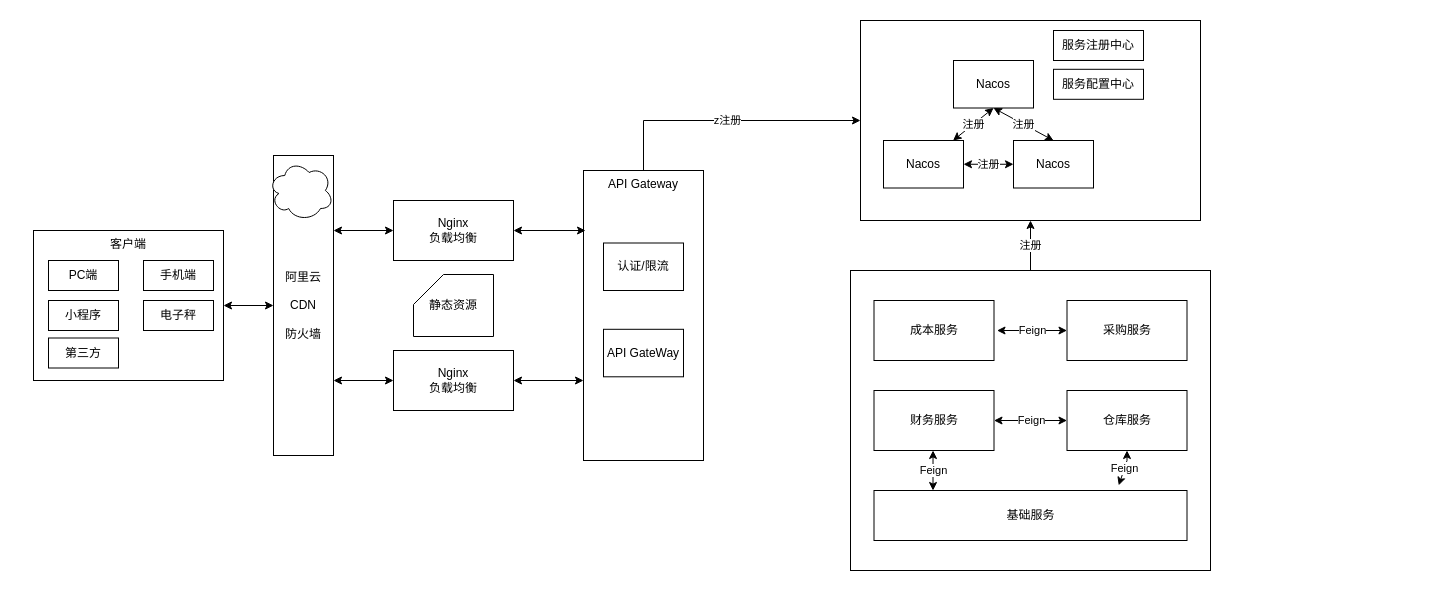
Above: diagrams/Untitled Diagram.drawio in dengyulong/PublicStore (draw.io), before the change. Source tidied: cells renumbered, new cells numbered last; positions are measured from the earlier drawing's top-left corner, leaving out a move shared by most shapes. Both pictures are drawn from the tidied source at 100%, with x=0, y=0 at pixel (33, 20).
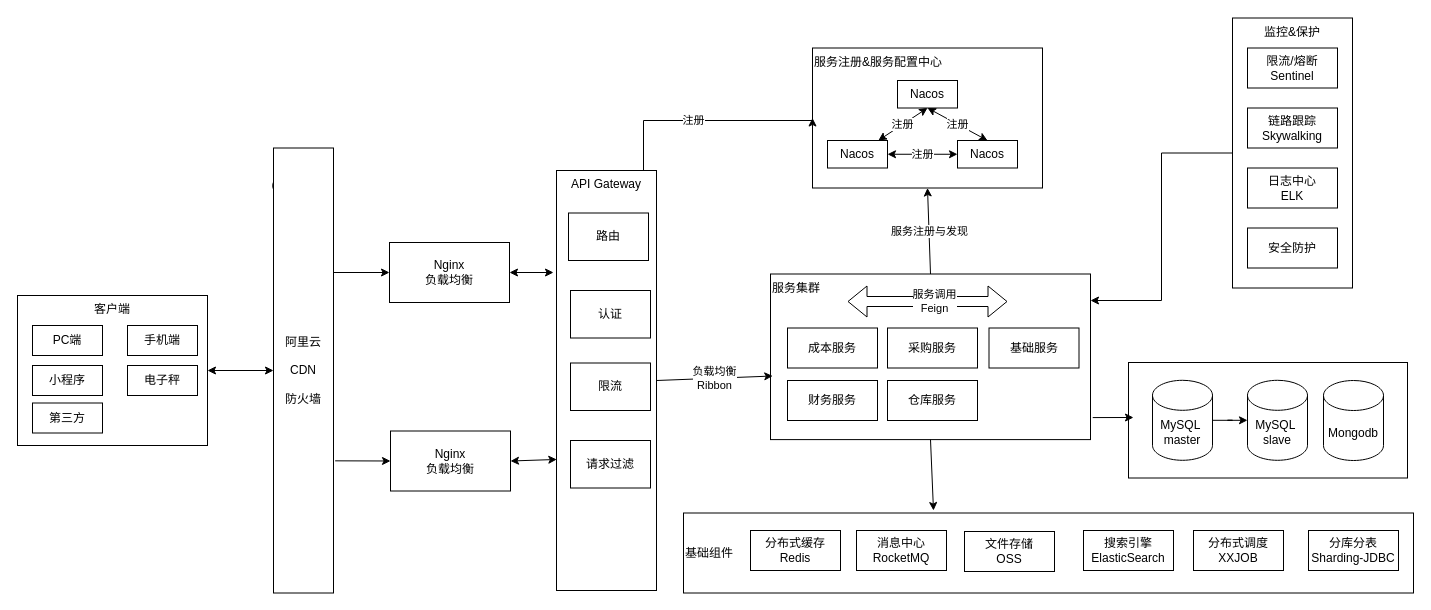
The same diagram, later.

Change to the diagram source:
```diff
@@
+    <mxCell id="42" value="基础组件" style="rounded=0;whiteSpace=wrap;html=1;verticalAlign=middle;align=left;" parent="1" vertex="1">
+      <mxGeometry x="650" y="492.5" width="730" height="80" as="geometry" />
+    </mxCell>
+    <mxCell id="43" style="rounded=0;whiteSpace=wrap;html=1;" parent="1" vertex="1">
+      <mxGeometry x="1095" y="342" width="279" height="115.5" as="geometry" />
+    </mxCell>
+    <mxCell id="44" value="监控&amp;amp;保护" style="rounded=0;whiteSpace=wrap;html=1;verticalAlign=top;" parent="1" vertex="1">
+      <mxGeometry x="1199" y="-2.5" width="120" height="270" as="geometry" />
+    </mxCell>
-    <mxCell id="2" style="rounded=0;whiteSpace=wrap;html=1;" parent="1" vertex="1">
-      <mxGeometry x="817" y="250" width="360" height="300" as="geometry" />
+    <mxCell id="2" value="&lt;div style=&quot;&quot;&gt;&lt;span style=&quot;background-color: initial;&quot;&gt;服务集群&lt;/span&gt;&lt;/div&gt;" style="rounded=0;whiteSpace=wrap;html=1;align=left;verticalAlign=top;" parent="1" vertex="1">
+      <mxGeometry x="737" y="253.5" width="320" height="165.6" as="geometry" />
     </mxCell>
-    <mxCell id="3" style="rounded=0;whiteSpace=wrap;html=1;" parent="1" vertex="1">
-      <mxGeometry x="827" width="340" height="200" as="geometry" />
+    <mxCell id="3" value="服务注册&amp;amp;服务配置中心" style="rounded=0;whiteSpace=wrap;html=1;verticalAlign=top;align=left;" parent="1" vertex="1">
+      <mxGeometry x="779" y="27.5" width="230" height="140" as="geometry" />
     </mxCell>
-    <mxCell id="4" value="z注册" style="edgeStyle=orthogonalEdgeStyle;rounded=0;jettySize=auto;html=1;entryX=0;entryY=0.5;entryDx=0;entryDy=0;" parent="1" edge="1" source="5" target="3">
-      <mxGeometry relative="1" as="geometry">
+    <mxCell id="4" value="注册" style="edgeStyle=orthogonalEdgeStyle;rounded=0;jettySize=auto;html=1;entryX=0;entryY=0.5;entryDx=0;entryDy=0;" parent="1" edge="1" source="5" target="3">
+      <mxGeometry x="-0.1" relative="1" as="geometry">
         <Array as="points">
           <mxPoint x="610" y="100" />
         </Array>
       </mxGeometry>
     </mxCell>
     <mxCell id="5" value="API Gateway" style="rounded=0;whiteSpace=wrap;html=1;verticalAlign=top;" parent="1" vertex="1">
-      <mxGeometry x="550" y="150" width="120" height="290" as="geometry" />
+      <mxGeometry x="523" y="150" width="100" height="420" as="geometry" />
     </mxCell>
     <mxCell id="6" value="客户端" style="rounded=0;whiteSpace=wrap;html=1;verticalAlign=top;" parent="1" vertex="1">
-      <mxGeometry y="210" width="190" height="150" as="geometry" />
+      <mxGeometry x="-16" y="275" width="190" height="150" as="geometry" />
     </mxCell>
     <mxCell id="7" value="手机端" style="rounded=0;whiteSpace=wrap;html=1;" parent="1" vertex="1">
-      <mxGeometry x="110" y="240" width="70" height="30" as="geometry" />
+      <mxGeometry x="94" y="305" width="70" height="30" as="geometry" />
     </mxCell>
     <mxCell id="8" value="PC端" style="rounded=0;whiteSpace=wrap;html=1;" parent="1" vertex="1">
-      <mxGeometry x="15" y="240" width="70" height="30" as="geometry" />
+      <mxGeometry x="-1" y="305" width="70" height="30" as="geometry" />
     </mxCell>
     <mxCell id="9" value="电子秤" style="rounded=0;whiteSpace=wrap;html=1;" parent="1" vertex="1">
-      <mxGeometry x="110" y="280" width="70" height="30" as="geometry" />
+      <mxGeometry x="94" y="345" width="70" height="30" as="geometry" />
     </mxCell>
     <mxCell id="10" value="第三方" style="rounded=0;whiteSpace=wrap;html=1;" parent="1" vertex="1">
-      <mxGeometry x="15" y="317.5" width="70" height="30" as="geometry" />
+      <mxGeometry x="-1" y="382.5" width="70" height="30" as="geometry" />
     </mxCell>
-    <mxCell id="11" value="API GateWay" style="rounded=0;whiteSpace=wrap;html=1;" parent="1" vertex="1">
-      <mxGeometry x="570" y="308.8" width="80" height="47.5" as="geometry" />
+    <mxCell id="11" value="路由" style="rounded=0;whiteSpace=wrap;html=1;" parent="1" vertex="1">
+      <mxGeometry x="535" y="192.5" width="80" height="47.5" as="geometry" />
     </mxCell>
     <mxCell id="12" value="小程序" style="rounded=0;whiteSpace=wrap;html=1;" parent="1" vertex="1">
-      <mxGeometry x="15" y="280" width="70" height="30" as="geometry" />
+      <mxGeometry x="-1" y="345" width="70" height="30" as="geometry" />
     </mxCell>
-    <mxCell id="13" value="阿里云&lt;br&gt;&lt;br&gt;CDN&lt;br&gt;&lt;br&gt;防火墙" style="rounded=0;whiteSpace=wrap;html=1;" parent="1" vertex="1">
-      <mxGeometry x="240" y="135" width="60" height="300" as="geometry" />
-    </mxCell>
     <mxCell id="14" value="Nginx&lt;br&gt;负载均衡" style="rounded=0;whiteSpace=wrap;html=1;" parent="1" vertex="1">
-      <mxGeometry x="360" y="180" width="120" height="60" as="geometry" />
+      <mxGeometry x="356" y="222" width="120" height="60" as="geometry" />
     </mxCell>
     <mxCell id="15" value="Nginx&lt;br&gt;负载均衡" style="rounded=0;whiteSpace=wrap;html=1;" parent="1" vertex="1">
-      <mxGeometry x="360" y="330" width="120" height="60" as="geometry" />
+      <mxGeometry x="357" y="410.5" width="120" height="60" as="geometry" />
     </mxCell>
-    <mxCell id="16" style="endArrow=classic;startArrow=classic;html=1;rounded=0;entryX=0;entryY=0.5;entryDx=0;entryDy=0;exitX=1;exitY=0.25;exitDx=0;exitDy=0;" parent="1" edge="1" source="13" target="14">
-      <mxGeometry relative="1" as="geometry" />
+    <mxCell id="16" style="endArrow=classic;startArrow=classic;html=1;rounded=0;entryX=0;entryY=0.5;entryDx=0;entryDy=0;" parent="1" edge="1" target="14">
+      <mxGeometry relative="1" as="geometry">
+        <mxPoint x="270" y="252" as="sourcePoint" />
+      </mxGeometry>
     </mxCell>
@@
-    <mxCell id="18" style="endArrow=classic;startArrow=classic;html=1;rounded=0;entryX=0;entryY=0.5;entryDx=0;entryDy=0;exitX=1;exitY=0.75;exitDx=0;exitDy=0;" parent="1" edge="1" source="13" target="15">
+    <mxCell id="18" style="endArrow=classic;startArrow=none;html=1;rounded=0;entryX=0;entryY=0.5;entryDx=0;entryDy=0;exitX=1.028;exitY=0.703;exitDx=0;exitDy=0;exitPerimeter=0;" parent="1" edge="1" source="13" target="15">
       <mxGeometry relative="1" as="geometry" />
     </mxCell>
@@
-    <mxCell id="20" value="静态资源" style="shape=card;whiteSpace=wrap;html=1;" parent="1" vertex="1">
-      <mxGeometry x="380" y="254" width="80" height="62" as="geometry" />
-    </mxCell>
-    <mxCell id="21" value="认证/限流" style="rounded=0;whiteSpace=wrap;html=1;" parent="1" vertex="1">
-      <mxGeometry x="570" y="222.5" width="80" height="47.5" as="geometry" />
+    <mxCell id="21" value="认证" style="rounded=0;whiteSpace=wrap;html=1;" parent="1" vertex="1">
+      <mxGeometry x="537" y="270" width="80" height="47.5" as="geometry" />
     </mxCell>
-    <mxCell id="22" style="endArrow=classic;startArrow=classic;html=1;rounded=0;exitX=1;exitY=0.5;exitDx=0;exitDy=0;entryX=0.017;entryY=0.207;entryDx=0;entryDy=0;entryPerimeter=0;" parent="1" edge="1" source="14" target="5">
-      <mxGeometry relative="1" as="geometry" />
+    <mxCell id="22" style="endArrow=classic;startArrow=classic;html=1;rounded=0;exitX=1;exitY=0.5;exitDx=0;exitDy=0;" parent="1" edge="1" source="14">
+      <mxGeometry relative="1" as="geometry">
+        <mxPoint x="520" y="252" as="targetPoint" />
+      </mxGeometry>
     </mxCell>
-    <mxCell id="23" style="endArrow=classic;startArrow=classic;html=1;rounded=0;exitX=1;exitY=0.5;exitDx=0;exitDy=0;" parent="1" edge="1" source="15">
-      <mxGeometry relative="1" as="geometry">
-        <mxPoint x="550" y="360" as="targetPoint" />
-      </mxGeometry>
+    <mxCell id="23" style="endArrow=classic;startArrow=classic;html=1;rounded=0;entryX=0.003;entryY=0.688;entryDx=0;entryDy=0;entryPerimeter=0;exitX=1;exitY=0.5;exitDx=0;exitDy=0;" parent="1" edge="1" source="15" target="5">
+      <mxGeometry relative="1" as="geometry" />
     </mxCell>
     <mxCell id="24" value="Nacos" style="rounded=0;whiteSpace=wrap;html=1;" parent="1" vertex="1">
-      <mxGeometry x="920" y="40" width="80" height="47.5" as="geometry" />
+      <mxGeometry x="864" y="60" width="60" height="27.5" as="geometry" />
     </mxCell>
     <mxCell id="25" value="Nacos" style="rounded=0;whiteSpace=wrap;html=1;" parent="1" vertex="1">
-      <mxGeometry x="850" y="120" width="80" height="47.5" as="geometry" />
+      <mxGeometry x="794" y="120" width="60" height="27.5" as="geometry" />
     </mxCell>
     <mxCell id="26" value="Nacos" style="rounded=0;whiteSpace=wrap;html=1;" parent="1" vertex="1">
-      <mxGeometry x="980" y="120" width="80" height="47.5" as="geometry" />
+      <mxGeometry x="924" y="120" width="60" height="27.5" as="geometry" />
     </mxCell>
@@
-    <mxCell id="30" value="服务注册中心" style="rounded=0;whiteSpace=wrap;html=1;" parent="1" vertex="1">
-      <mxGeometry x="1020" y="10" width="90" height="30" as="geometry" />
-    </mxCell>
-    <mxCell id="31" value="服务配置中心" style="rounded=0;whiteSpace=wrap;html=1;" parent="1" vertex="1">
-      <mxGeometry x="1020" y="48.8" width="90" height="30" as="geometry" />
-    </mxCell>
     <mxCell id="32" value="成本服务" style="rounded=0;whiteSpace=wrap;html=1;" parent="1" vertex="1">
-      <mxGeometry x="840.5" y="280" width="120" height="60" as="geometry" />
+      <mxGeometry x="754" y="307.5" width="90" height="40" as="geometry" />
     </mxCell>
     <mxCell id="33" value="采购服务" style="rounded=0;whiteSpace=wrap;html=1;" parent="1" vertex="1">
-      <mxGeometry x="1033.5" y="280" width="120" height="60" as="geometry" />
+      <mxGeometry x="854" y="307.5" width="90" height="40" as="geometry" />
     </mxCell>
     <mxCell id="34" value="仓库服务" style="rounded=0;whiteSpace=wrap;html=1;" parent="1" vertex="1">
-      <mxGeometry x="1033.5" y="370" width="120" height="60" as="geometry" />
+      <mxGeometry x="854" y="360" width="90" height="40" as="geometry" />
     </mxCell>
     <mxCell id="35" value="财务服务" style="rounded=0;whiteSpace=wrap;html=1;" parent="1" vertex="1">
-      <mxGeometry x="840.5" y="370" width="120" height="60" as="geometry" />
+      <mxGeometry x="754" y="360" width="90" height="40" as="geometry" />
     </mxCell>
     <mxCell id="36" value="基础服务" style="rounded=0;whiteSpace=wrap;html=1;" parent="1" vertex="1">
-      <mxGeometry x="840.5" y="470" width="313" height="50" as="geometry" />
+      <mxGeometry x="955.5" y="307.5" width="90" height="40" as="geometry" />
     </mxCell>
-    <mxCell id="37" value="Feign" style="endArrow=classic;startArrow=classic;html=1;rounded=0;entryX=0;entryY=0.5;entryDx=0;entryDy=0;" parent="1" edge="1" target="33">
-      <mxGeometry relative="1" as="geometry">
-        <mxPoint x="963.5" y="310" as="sourcePoint" />
-      </mxGeometry>
-    </mxCell>
-    <mxCell id="38" value="Feign" style="endArrow=classic;startArrow=classic;html=1;rounded=0;entryX=0;entryY=0.5;entryDx=0;entryDy=0;exitX=1;exitY=0.5;exitDx=0;exitDy=0;" parent="1" edge="1" source="35" target="34">
-      <mxGeometry relative="1" as="geometry" />
-    </mxCell>
-    <mxCell id="39" value="Feign" style="endArrow=classic;startArrow=classic;html=1;rounded=0;entryX=0.492;entryY=1;entryDx=0;entryDy=0;entryPerimeter=0;" parent="1" edge="1" target="35">
-      <mxGeometry relative="1" as="geometry">
-        <mxPoint x="899.5" y="470" as="sourcePoint" />
-      </mxGeometry>
-    </mxCell>
-    <mxCell id="40" value="Feign" style="endArrow=classic;startArrow=classic;html=1;rounded=0;entryX=0.5;entryY=1;entryDx=0;entryDy=0;exitX=0.782;exitY=-0.102;exitDx=0;exitDy=0;exitPerimeter=0;" parent="1" edge="1" source="36" target="34">
-      <mxGeometry relative="1" as="geometry">
-        <Array as="points">
-          <mxPoint x="1093.5" y="440" />
-        </Array>
-      </mxGeometry>
-    </mxCell>
-    <mxCell id="41" value="注册" style="endArrow=classic;html=1;rounded=0;entryX=0.5;entryY=1;entryDx=0;entryDy=0;exitX=0.5;exitY=0;exitDx=0;exitDy=0;" parent="1" edge="1" source="2" target="3">
+    <mxCell id="41" value="服务注册与发现" style="endArrow=classic;html=1;rounded=0;entryX=0.5;entryY=1;entryDx=0;entryDy=0;exitX=0.5;exitY=0;exitDx=0;exitDy=0;" parent="1" edge="1" source="2" target="3">
       <mxGeometry relative="1" as="geometry" />
     </mxCell>
+    <mxCell id="45" value="请求过滤" style="rounded=0;whiteSpace=wrap;html=1;" parent="1" vertex="1">
+      <mxGeometry x="537" y="420" width="80" height="47.5" as="geometry" />
+    </mxCell>
+    <mxCell id="46" value="消息中心&lt;br&gt;RocketMQ" style="rounded=0;whiteSpace=wrap;html=1;" parent="1" vertex="1">
+      <mxGeometry x="823" y="510" width="90" height="40" as="geometry" />
+    </mxCell>
+    <mxCell id="47" value="分布式调度&lt;br&gt;XXJOB" style="rounded=0;whiteSpace=wrap;html=1;" parent="1" vertex="1">
+      <mxGeometry x="1160" y="510" width="90" height="40" as="geometry" />
+    </mxCell>
+    <mxCell id="48" value="搜索引擎&lt;br&gt;ElasticSearch" style="rounded=0;whiteSpace=wrap;html=1;" parent="1" vertex="1">
+      <mxGeometry x="1050" y="510" width="90" height="40" as="geometry" />
+    </mxCell>
+    <mxCell id="49" value="限流/熔断Sentinel" style="rounded=0;whiteSpace=wrap;html=1;" parent="1" vertex="1">
+      <mxGeometry x="1214" y="27.5" width="90" height="40" as="geometry" />
+    </mxCell>
+    <mxCell id="50" style="edgeStyle=orthogonalEdgeStyle;rounded=0;jettySize=auto;html=1;" parent="1" edge="1" source="44" target="2">
+      <mxGeometry relative="1" as="geometry">
+        <Array as="points">
+          <mxPoint x="1128" y="133" />
+          <mxPoint x="1128" y="280" />
+        </Array>
+      </mxGeometry>
+    </mxCell>
+    <mxCell id="51" value="日志中心&lt;br&gt;ELK" style="rounded=0;whiteSpace=wrap;html=1;" parent="1" vertex="1">
+      <mxGeometry x="1214" y="147.5" width="90" height="40" as="geometry" />
+    </mxCell>
+    <mxCell id="52" value="文件存储&lt;br&gt;OSS" style="rounded=0;whiteSpace=wrap;html=1;" parent="1" vertex="1">
+      <mxGeometry x="931" y="511" width="90" height="40" as="geometry" />
+    </mxCell>
+    <mxCell id="53" value="安全防护" style="rounded=0;whiteSpace=wrap;html=1;" parent="1" vertex="1">
+      <mxGeometry x="1214" y="207.5" width="90" height="40" as="geometry" />
+    </mxCell>
+    <mxCell id="54" value="分布式缓存&lt;br&gt;Redis" style="rounded=0;whiteSpace=wrap;html=1;" parent="1" vertex="1">
+      <mxGeometry x="717" y="510" width="90" height="40" as="geometry" />
+    </mxCell>
+    <mxCell id="55" value="负载均衡&lt;br&gt;Ribbon" style="endArrow=classic;html=1;rounded=0;exitX=1;exitY=0.5;exitDx=0;exitDy=0;entryX=0.007;entryY=0.616;entryDx=0;entryDy=0;entryPerimeter=0;" parent="1" edge="1" source="5" target="2">
+      <mxGeometry relative="1" as="geometry" />
+    </mxCell>
+    <mxCell id="56" value="链路跟踪Skywalking" style="rounded=0;whiteSpace=wrap;html=1;" parent="1" vertex="1">
+      <mxGeometry x="1214" y="87.5" width="90" height="40" as="geometry" />
+    </mxCell>
+    <mxCell id="57" style="shape=flexArrow;endArrow=classic;startArrow=classic;html=1;rounded=0;" parent="1" edge="1">
+      <mxGeometry relative="1" as="geometry">
+        <mxPoint x="814" y="281" as="sourcePoint" />
+        <mxPoint x="974" y="281" as="targetPoint" />
+      </mxGeometry>
+    </mxCell>
+    <mxCell id="58" value="服务调用&lt;br&gt;Feign" style="edgeLabel;html=1;align=center;verticalAlign=middle;" parent="57" vertex="1">
+      <mxGeometry x="-0.14" y="1" relative="1" as="geometry">
+        <mxPoint x="17" as="offset" />
+      </mxGeometry>
+    </mxCell>
+    <mxCell id="59" value="分库分表&lt;br&gt;Sharding-JDBC" style="rounded=0;whiteSpace=wrap;html=1;" parent="1" vertex="1">
+      <mxGeometry x="1275" y="510" width="90" height="40" as="geometry" />
+    </mxCell>
+    <mxCell id="60" value="限流" style="rounded=0;whiteSpace=wrap;html=1;" parent="1" vertex="1">
+      <mxGeometry x="537" y="342.5" width="80" height="47.5" as="geometry" />
+    </mxCell>
+    <mxCell id="61" style="endArrow=classic;html=1;rounded=0;exitX=0.5;exitY=1;exitDx=0;exitDy=0;" parent="1" edge="1" source="2">
+      <mxGeometry relative="1" as="geometry">
+        <mxPoint x="900" y="490" as="targetPoint" />
+      </mxGeometry>
+    </mxCell>
+    <mxCell id="62" style="edgeStyle=orthogonalEdgeStyle;rounded=0;jettySize=auto;html=1;" parent="1" edge="1" source="63" target="64">
+      <mxGeometry relative="1" as="geometry" />
+    </mxCell>
+    <mxCell id="63" value="MySQL&amp;nbsp;&lt;br&gt;master" style="shape=cylinder3;whiteSpace=wrap;html=1;boundedLbl=1;backgroundOutline=1;size=15;" parent="1" vertex="1">
+      <mxGeometry x="1119" y="359.8" width="60" height="80" as="geometry" />
+    </mxCell>
+    <mxCell id="64" value="MySQL&amp;nbsp;&lt;br&gt;slave" style="shape=cylinder3;whiteSpace=wrap;html=1;boundedLbl=1;backgroundOutline=1;size=15;" parent="1" vertex="1">
+      <mxGeometry x="1214" y="359.8" width="60" height="80" as="geometry" />
+    </mxCell>
+    <mxCell id="65" value="Mongodb" style="shape=cylinder3;whiteSpace=wrap;html=1;boundedLbl=1;backgroundOutline=1;size=15;" parent="1" vertex="1">
+      <mxGeometry x="1290" y="360" width="60" height="80" as="geometry" />
+    </mxCell>
+    <mxCell id="66" style="endArrow=classic;html=1;rounded=0;exitX=1.007;exitY=0.867;exitDx=0;exitDy=0;exitPerimeter=0;" parent="1" edge="1" source="2">
+      <mxGeometry relative="1" as="geometry">
+        <mxPoint x="1100" y="397" as="targetPoint" />
+      </mxGeometry>
+    </mxCell>
+    <mxCell id="13" value="阿里云&lt;br&gt;&lt;br&gt;CDN&lt;br&gt;&lt;br&gt;防火墙" style="rounded=0;whiteSpace=wrap;html=1;" parent="1" vertex="1">
+      <mxGeometry x="240" y="127.5" width="60" height="445" as="geometry" />
+    </mxCell>
```
